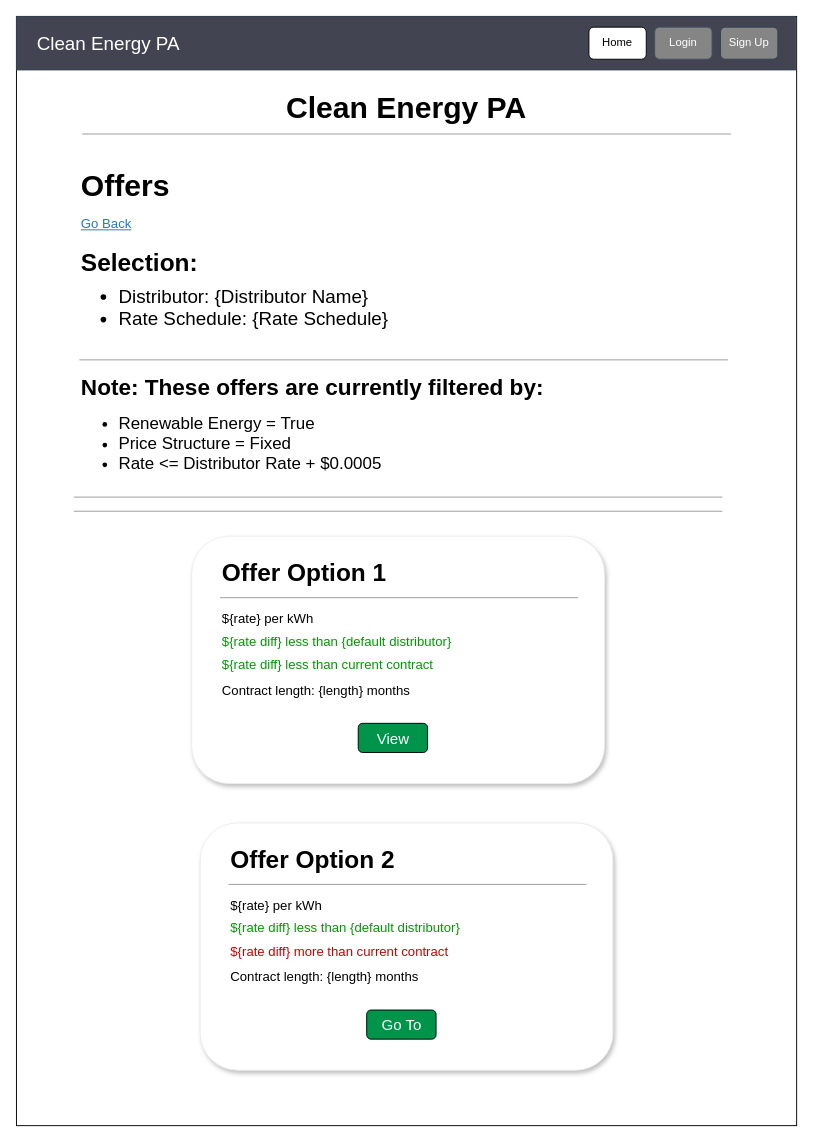
This is page "Results" (7 of 8) of documentation/diagrams/Wireframes.drawio from PSUCapstone2023-Group1/Clean-Energy-PA, a draw.io file, before an edit. Source tidied: cells renumbered, new cells numbered last; positions are measured from the earlier drawing's top-left corner, leaving out a move shared by most shapes. Both pictures are drawn from the tidied source at 94%, with x=0, y=0 at pixel (16, 16).
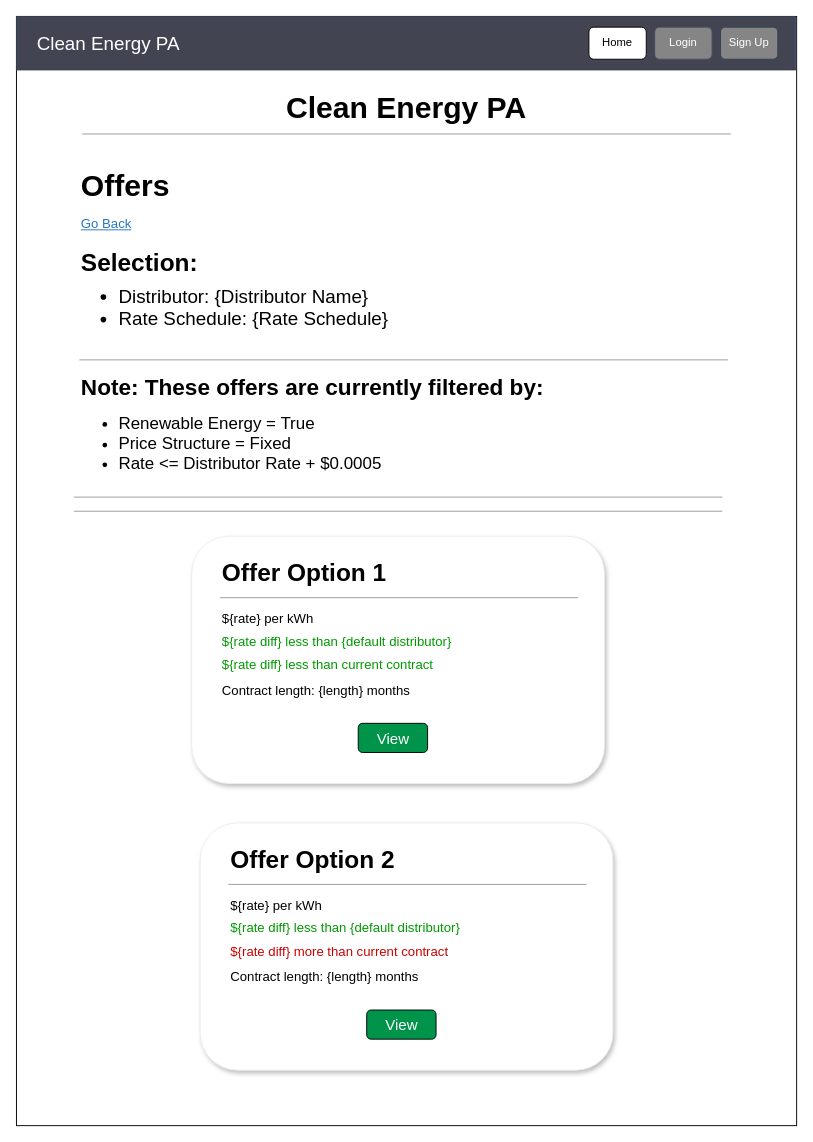
Above is the later version.

The change refers to these unchanged cells:
```xml
<mxCell id="28" style="group;" parent="4" vertex="1">
  <mxGeometry x="195.5" y="858" width="439" height="263" as="geometry" />
</mxCell>
```

Change to the diagram source:
```diff
@@
-    <mxCell id="36" value="Go To" style="rounded=1;whiteSpace=wrap;html=1;fillColor=#00944A;fontColor=#FFFFFF;fontSize=16;" parent="28" vertex="1">
+    <mxCell id="36" value="View" style="rounded=1;whiteSpace=wrap;html=1;fillColor=#00944A;fontColor=#FFFFFF;fontSize=16;" parent="28" vertex="1">
       <mxGeometry x="177.1" y="199" width="73.8" height="31" as="geometry" />
     </mxCell>
```
